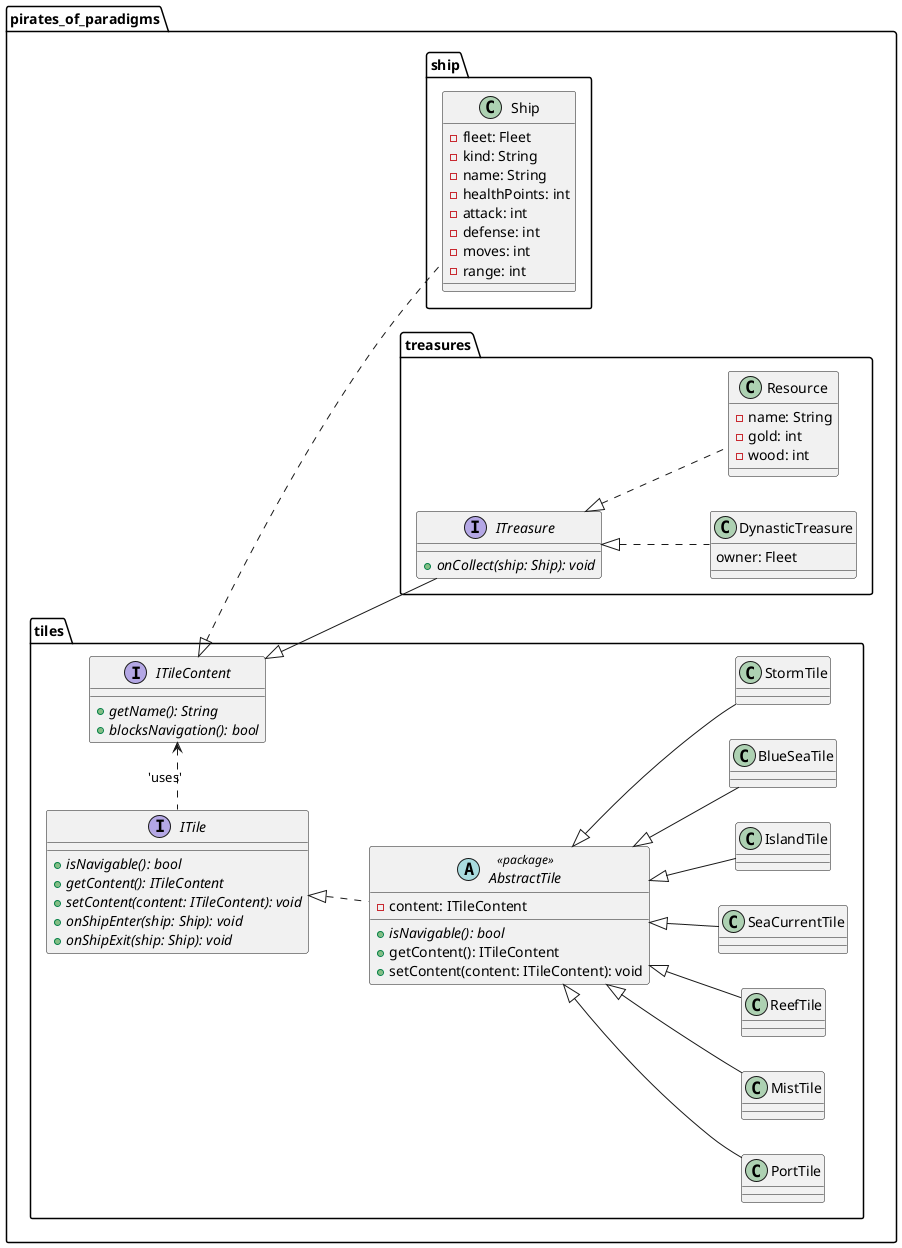
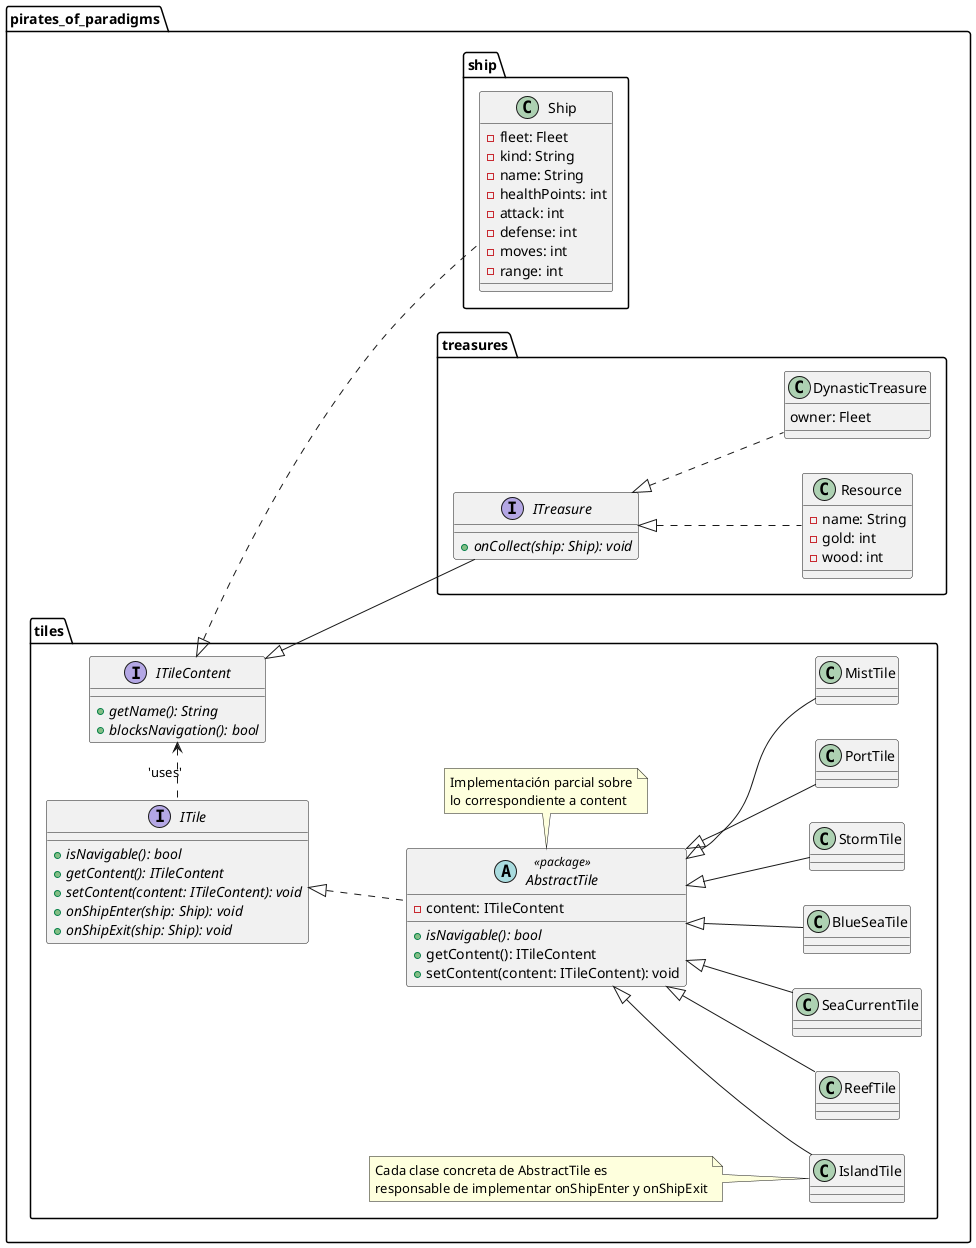
@startuml
left to right direction

package "pirates_of_paradigms" {
    package "tiles" {
        interface ITile
        interface ITileContent
        abstract AbstractTile <<package>> implements ITile
        class BlueSeaTile extends AbstractTile
        class StormTile extends AbstractTile
        class PortTile extends AbstractTile
        class MistTile extends AbstractTile
        class ReefTile extends AbstractTile
        class SeaCurrentTile extends AbstractTile
        class IslandTile extends AbstractTile
+ 
        ITileContent <. ITile : 'uses'
+ 
+         note bottom of AbstractTile : \
+         Implementación parcial sobre\nlo correspondiente a content
+ 
+         note left of IslandTile : \
+         Cada clase concreta de AbstractTile es\
+         \nresponsable de implementar onShipEnter y onShipExit
    }

    package "treasures" {
        interface ITreasure implements pirates_of_paradigms.tiles.ITileContent
        class Resource implements ITreasure
        class DynasticTreasure implements ITreasure
    }

    package "ship" {
        class Ship implements pirates_of_paradigms.tiles.ITileContent
    }
}

' ################################################################
' Esta sección es para definir miembros y metodos
' ################################################################

interface pirates_of_paradigms.tiles.ITile {
    + {abstract} isNavigable(): bool
    + {abstract} getContent(): ITileContent
    + {abstract} setContent(content: ITileContent): void
    + {abstract} onShipEnter(ship: Ship): void
    + {abstract} onShipExit(ship: Ship): void
}

interface pirates_of_paradigms.tiles.ITileContent {
    + {abstract} getName(): String
    + {abstract} blocksNavigation(): bool
}

abstract pirates_of_paradigms.tiles.AbstractTile {
    - content: ITileContent
    + {abstract} isNavigable(): bool
    + getContent(): ITileContent
    + setContent(content: ITileContent): void
}

interface pirates_of_paradigms.treasures.ITreasure {
    + {abstract} onCollect(ship: Ship): void
}

class pirates_of_paradigms.treasures.Resource {
    - name: String
    - gold: int
    - wood: int
}

class pirates_of_paradigms.treasures.DynasticTreasure {
    owner: Fleet
}

class pirates_of_paradigms.ship.Ship {
    - fleet: Fleet
    - kind: String
    - name: String
    - healthPoints: int
    - attack: int
    - defense: int
    - moves: int
    - range: int
}

@enduml